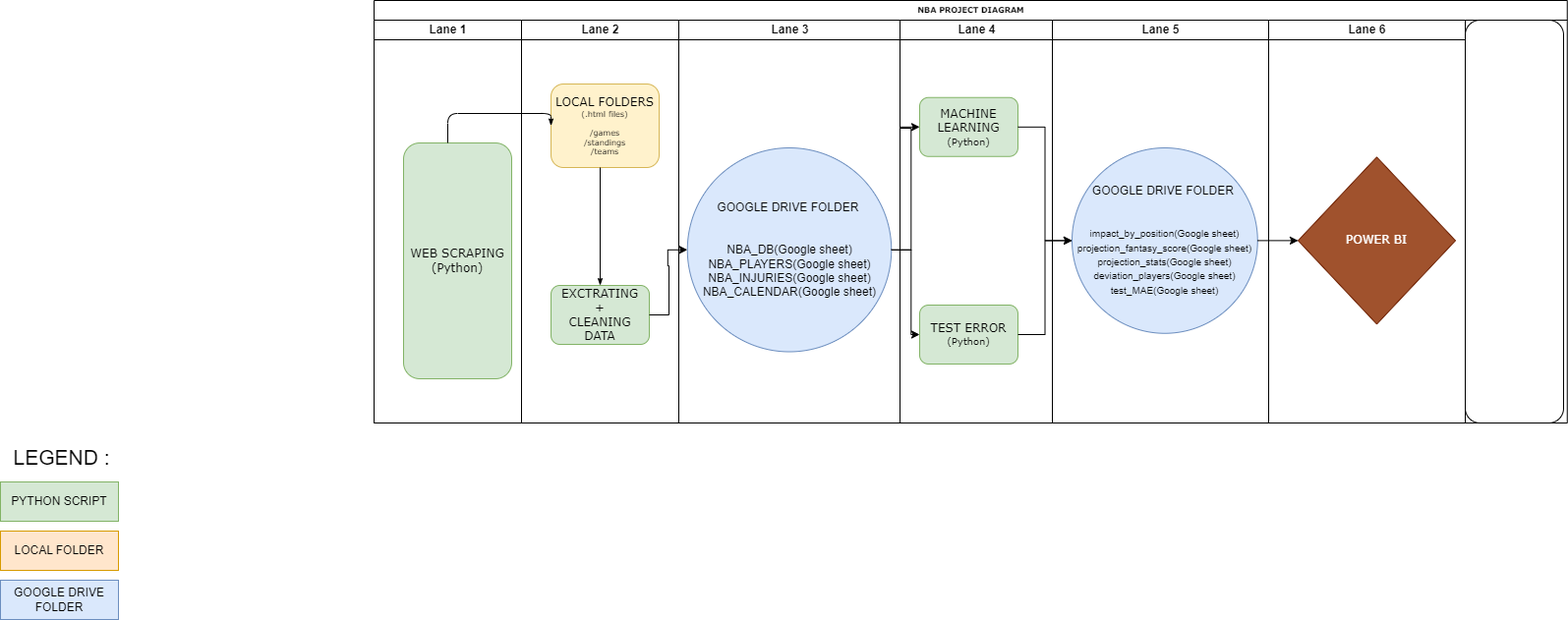
This is Process_flow_diagram.png from aurelpow/nba_project_stats, a draw.io export, as it was before one commit. Source tidied: cells renumbered, new cells last; positions are measured from the earlier drawing's top-left corner, leaving out a move shared by most shapes.
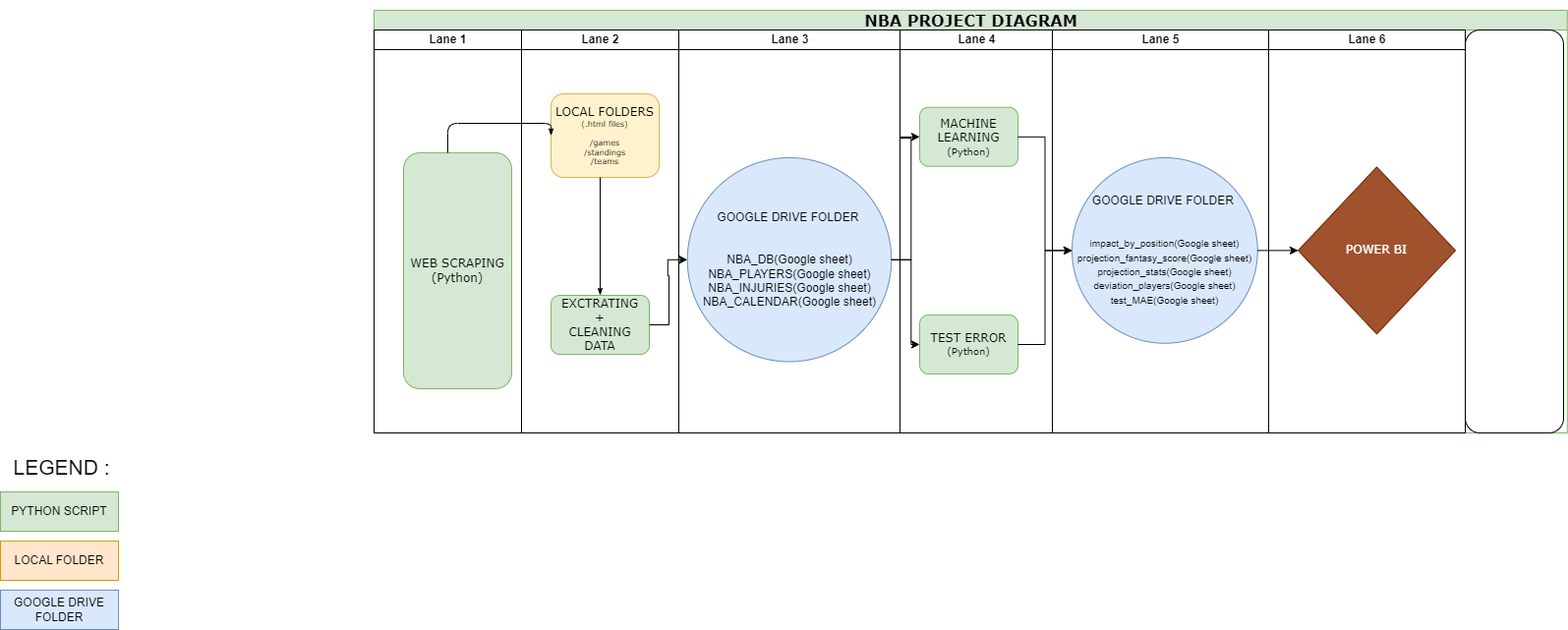
Later version of the same file.

What changed in the source:
```diff
@@ -2,7 +2,7 @@
   <root>
     <mxCell id="0" />
     <mxCell id="1" parent="0" />
-    <mxCell id="2" value="NBA PROJECT DIAGRAM" style="swimlane;html=1;startSize=20;rounded=0;shadow=0;labelBackgroundColor=none;strokeWidth=1;fontFamily=Verdana;fontSize=8;align=center;" parent="1" vertex="1">
+    <mxCell id="2" value="&lt;h1&gt;NBA PROJECT DIAGRAM&lt;/h1&gt;" style="swimlane;html=1;startSize=20;rounded=0;shadow=0;labelBackgroundColor=none;strokeWidth=1;fontFamily=Verdana;fontSize=8;align=center;fillColor=#d5e8d4;strokeColor=#82b366;" parent="1" vertex="1">
       <mxGeometry x="380" width="1213.8" height="430" as="geometry" />
     </mxCell>
     <mxCell id="3" value="Lane 1" style="swimlane;html=1;startSize=20;" parent="2" vertex="1">
```
